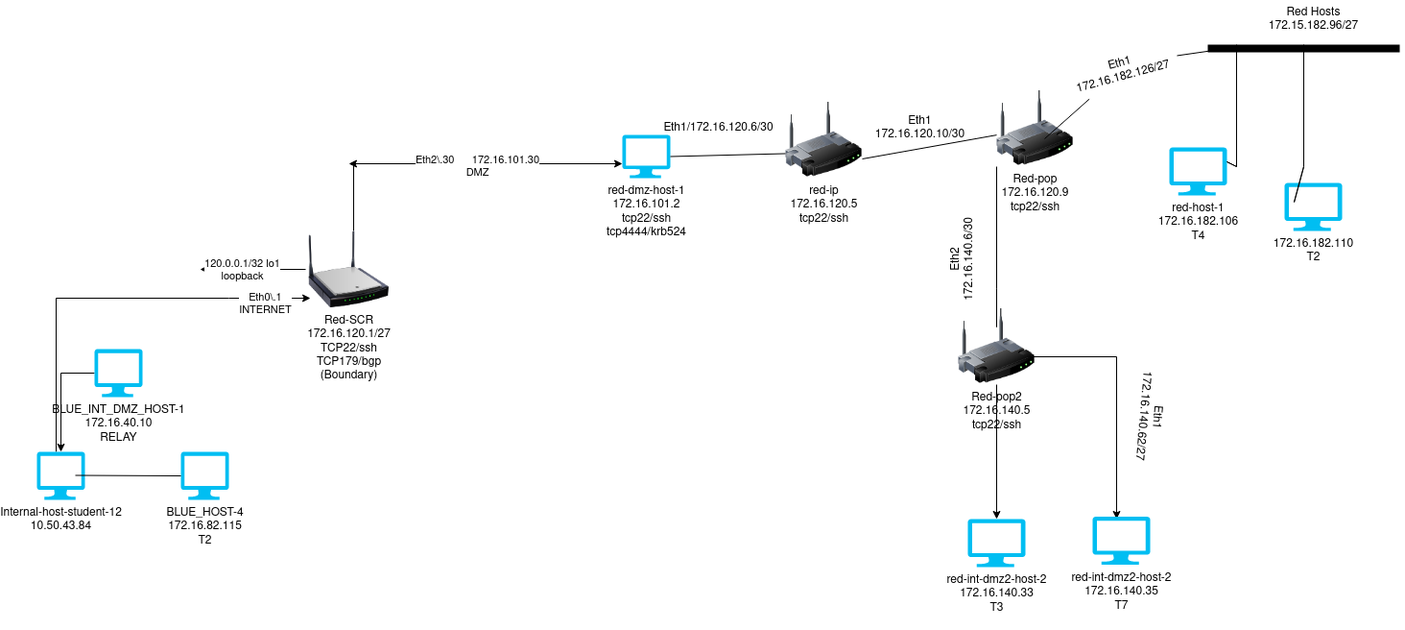
Above: networkingctfs.drawio.png in mesnath/Networking (draw.io), before the change. Source tidied: cells renumbered, new cells last; positions are measured from the earlier drawing's top-left corner, leaving out a move shared by most shapes.
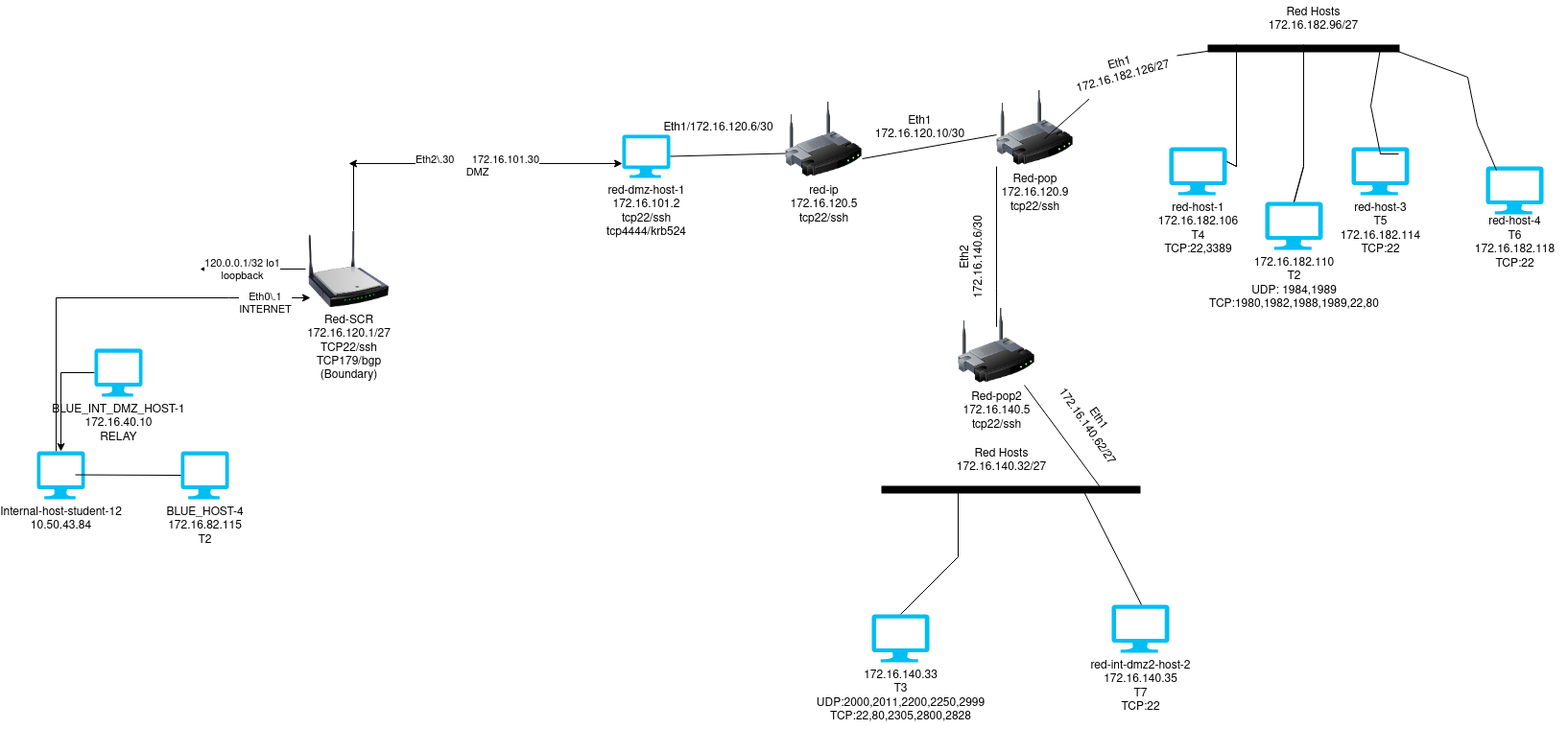
The same file after the commit.

What changed in the source:
```diff
@@ -79,21 +79,11 @@
         <mxPoint x="1240" y="50" as="targetPoint" />
       </mxGeometry>
     </mxCell>
-    <mxCell id="20" value="red-host-1&lt;br&gt;&lt;div&gt;172.16.182.106&lt;/div&gt;&lt;div&gt;T4&lt;br&gt;&lt;/div&gt;" style="verticalLabelPosition=bottom;html=1;verticalAlign=top;align=center;strokeColor=none;fillColor=#00BEF2;shape=mxgraph.azure.computer;" parent="1" vertex="1">
+    <mxCell id="20" value="red-host-1&lt;br&gt;&lt;div&gt;172.16.182.106&lt;/div&gt;&lt;div&gt;T4&lt;/div&gt;&lt;div&gt;TCP:22,3389&lt;br&gt;&lt;/div&gt;" style="verticalLabelPosition=bottom;html=1;verticalAlign=top;align=center;strokeColor=none;fillColor=#00BEF2;shape=mxgraph.azure.computer;" parent="1" vertex="1">
       <mxGeometry x="1180" y="153" width="60" height="50" as="geometry" />
     </mxCell>
-    <mxCell id="21" style="edgeStyle=orthogonalEdgeStyle;rounded=0;orthogonalLoop=1;jettySize=auto;html=1;" parent="1" edge="1">
-      <mxGeometry relative="1" as="geometry">
-        <mxPoint x="1010" y="370" as="sourcePoint" />
-        <mxPoint x="1125" y="540" as="targetPoint" />
-        <Array as="points">
-          <mxPoint x="1010.5" y="371" />
-          <mxPoint x="1125.5" y="371" />
-        </Array>
-      </mxGeometry>
-    </mxCell>
     <mxCell id="22" value="Eth2&lt;br&gt;172.16.140.6/30" style="text;html=1;align=center;verticalAlign=middle;strokeColor=none;fillColor=none;rotation=-90;" parent="1" vertex="1">
-      <mxGeometry x="910" y="250" width="110" height="40" as="geometry" />
+      <mxGeometry x="920" y="248" width="110" height="40" as="geometry" />
     </mxCell>
     <mxCell id="23" style="endArrow=none;html=1;rounded=0;exitX=1;exitY=0.75;exitDx=0;exitDy=0;entryX=0;entryY=1;entryDx=0;entryDy=0;" parent="1" edge="1" target="18">
       <mxGeometry relative="1" as="geometry">
@@ -107,17 +97,14 @@
     <mxCell id="24" value="Red-pop2&lt;br&gt;172.16.140.5&lt;br&gt;tcp22/ssh" style="image;html=1;image=img/lib/clip_art/networking/Wireless_Router_128x128.png;" parent="1" vertex="1">
       <mxGeometry x="960" y="320" width="80" height="80" as="geometry" />
     </mxCell>
-    <mxCell id="25" value="&lt;div&gt;red-int-dmz2-host-2&lt;/div&gt;&lt;div&gt;172.16.140.35&lt;/div&gt;&lt;div&gt;T7&lt;br&gt;&lt;/div&gt;&lt;div&gt;&lt;br&gt;&lt;/div&gt;" style="verticalLabelPosition=bottom;html=1;verticalAlign=top;align=center;strokeColor=none;fillColor=#00BEF2;shape=mxgraph.azure.computer;" parent="1" vertex="1">
-      <mxGeometry x="1100" y="537.5" width="60" height="50" as="geometry" />
+    <mxCell id="25" value="&lt;div&gt;red-int-dmz2-host-2&lt;/div&gt;&lt;div&gt;172.16.140.35&lt;/div&gt;&lt;div&gt;T7&lt;/div&gt;&lt;div&gt;TCP:22&lt;br&gt;&lt;/div&gt;&lt;div&gt;&lt;br&gt;&lt;/div&gt;" style="verticalLabelPosition=bottom;html=1;verticalAlign=top;align=center;strokeColor=none;fillColor=#00BEF2;shape=mxgraph.azure.computer;" parent="1" vertex="1">
+      <mxGeometry x="1120" y="630" width="60" height="50" as="geometry" />
     </mxCell>
-    <mxCell id="26" value="Eth1&lt;br&gt;172.16.140.62/27" style="text;html=1;align=center;verticalAlign=middle;strokeColor=none;fillColor=none;rotation=95;" parent="1" vertex="1">
-      <mxGeometry x="1100" y="413" width="120" height="40" as="geometry" />
+    <mxCell id="26" value="Eth1&lt;br&gt;172.16.140.62/27" style="text;html=1;align=center;verticalAlign=middle;strokeColor=none;fillColor=none;rotation=55;" parent="1" vertex="1">
+      <mxGeometry x="1040" y="420" width="120" height="40" as="geometry" />
     </mxCell>
-    <mxCell id="27" style="edgeStyle=orthogonalEdgeStyle;rounded=0;jettySize=auto;html=1;" parent="1" edge="1" source="24" target="28">
-      <mxGeometry relative="1" as="geometry" />
-    </mxCell>
-    <mxCell id="28" value="&lt;div&gt;red-int-dmz2-host-2&lt;/div&gt;&lt;div&gt;172.16.140.33&lt;/div&gt;&lt;div&gt;T3&lt;br&gt;&lt;/div&gt;&lt;div&gt;&lt;br&gt;&lt;/div&gt;" style="verticalLabelPosition=bottom;html=1;verticalAlign=top;align=center;strokeColor=none;fillColor=#00BEF2;shape=mxgraph.azure.computer;" parent="1" vertex="1">
-      <mxGeometry x="970" y="540" width="60" height="50" as="geometry" />
+    <mxCell id="28" value="&lt;div&gt;172.16.140.33&lt;/div&gt;&lt;div&gt;T3&lt;br&gt;&lt;/div&gt;&lt;div&gt;UDP:2000,2011,2200,2250,2999&lt;br&gt;&lt;/div&gt;TCP:22,80,2305,2800,2828" style="verticalLabelPosition=bottom;html=1;verticalAlign=top;align=center;strokeColor=none;fillColor=#00BEF2;shape=mxgraph.azure.computer;" parent="1" vertex="1">
+      <mxGeometry x="870" y="640" width="60" height="50" as="geometry" />
     </mxCell>
     <mxCell id="29" value="&lt;div&gt;Internal-host-student-12&lt;/div&gt;&lt;div&gt;10.50.43.84&lt;br&gt;&lt;/div&gt;" style="verticalLabelPosition=bottom;html=1;verticalAlign=top;align=center;strokeColor=none;fillColor=#00BEF2;shape=mxgraph.azure.computer;" parent="1" vertex="1">
       <mxGeometry y="470" width="50" height="50" as="geometry" />
@@ -150,7 +137,7 @@
     <mxCell id="36" value="Eth1&lt;br&gt;172.16.182.126/27" style="text;html=1;align=center;verticalAlign=middle;points=[];strokeColor=none;fillColor=none;rotation=-15;" parent="1" vertex="1">
       <mxGeometry x="1070" y="53" width="120" height="40" as="geometry" />
     </mxCell>
-    <mxCell id="37" value="Red Hosts&lt;br&gt;172.15.182.96/27" style="text;html=1;align=center;verticalAlign=middle;strokeColor=none;fillColor=none;rotation=0;" parent="1" vertex="1">
+    <mxCell id="37" value="Red Hosts&lt;br&gt;172.16.182.96/27" style="text;html=1;align=center;verticalAlign=middle;strokeColor=none;fillColor=none;rotation=0;" parent="1" vertex="1">
       <mxGeometry x="1270" width="120" height="40" as="geometry" />
     </mxCell>
     <mxCell id="38" style="endArrow=none;html=1;rounded=0;exitX=1;exitY=0.75;exitDx=0;exitDy=0;entryX=0;entryY=1;entryDx=0;entryDy=0;" parent="1" edge="1">
@@ -163,8 +150,8 @@
         </Array>
       </mxGeometry>
     </mxCell>
-    <mxCell id="39" value="172.16.182.110&lt;br&gt;T2" style="verticalLabelPosition=bottom;html=1;verticalAlign=top;align=center;strokeColor=none;fillColor=#00BEF2;shape=mxgraph.azure.computer;" parent="1" vertex="1">
-      <mxGeometry x="1300" y="190" width="60" height="50" as="geometry" />
+    <mxCell id="39" value="172.16.182.110&lt;br&gt;&lt;div&gt;T2&lt;br&gt;UDP: 1984,1989&lt;/div&gt;&lt;div&gt;TCP:1980,1982,1988,1989,22,80&lt;br&gt;&lt;/div&gt;" style="verticalLabelPosition=bottom;html=1;verticalAlign=top;align=center;strokeColor=none;fillColor=#00BEF2;shape=mxgraph.azure.computer;" parent="1" vertex="1">
+      <mxGeometry x="1280" y="210" width="60" height="50" as="geometry" />
     </mxCell>
     <mxCell id="40" style="endArrow=none;html=1;rounded=0;exitX=1;exitY=0.75;exitDx=0;exitDy=0;entryX=0;entryY=1;entryDx=0;entryDy=0;" parent="1" edge="1">
       <mxGeometry relative="1" as="geometry">
@@ -176,5 +163,60 @@
         </Array>
       </mxGeometry>
     </mxCell>
+    <mxCell id="41" value="&lt;div&gt;red-host-3&lt;br&gt;&lt;/div&gt;T5&lt;br&gt;&lt;div&gt;172.16.182.114&lt;/div&gt;&lt;div&gt;TCP:22&lt;br&gt;&lt;/div&gt;" style="verticalLabelPosition=bottom;html=1;verticalAlign=top;align=center;strokeColor=none;fillColor=#00BEF2;shape=mxgraph.azure.computer;" parent="1" vertex="1">
+      <mxGeometry x="1370" y="153" width="60" height="50" as="geometry" />
+    </mxCell>
+    <mxCell id="42" style="endArrow=none;html=1;rounded=0;exitX=0.817;exitY=0.14;exitDx=0;exitDy=0;exitPerimeter=0;" parent="1" edge="1" source="41">
+      <mxGeometry relative="1" as="geometry">
+        <mxPoint x="1400" y="50" as="targetPoint" />
+        <Array as="points">
+          <mxPoint x="1400" y="160" />
+          <mxPoint x="1390" y="110" />
+        </Array>
+      </mxGeometry>
+    </mxCell>
+    <mxCell id="43" style="verticalLabelPosition=bottom;html=1;verticalAlign=top;align=center;strokeColor=none;fillColor=#00BEF2;shape=mxgraph.azure.computer;" parent="1" vertex="1">
+      <mxGeometry x="1510" y="173" width="60" height="50" as="geometry" />
+    </mxCell>
+    <mxCell id="44" style="endArrow=none;html=1;rounded=0;exitX=0.183;exitY=0.08;exitDx=0;exitDy=0;exitPerimeter=0;" parent="1" edge="1" source="43">
+      <mxGeometry relative="1" as="geometry">
+        <mxPoint x="1410" y="50" as="targetPoint" />
+        <Array as="points">
+          <mxPoint x="1501" y="130" />
+          <mxPoint x="1491" y="80" />
+        </Array>
+      </mxGeometry>
+    </mxCell>
+    <mxCell id="45" value="red-host-4&lt;br&gt;T6&lt;br&gt;&lt;div&gt;172.16.182.118&lt;/div&gt;&lt;div&gt;TCP:22&lt;br&gt;&lt;/div&gt;" style="text;html=1;align=center;verticalAlign=middle;strokeColor=none;fillColor=none;" parent="1" vertex="1">
+      <mxGeometry x="1485" y="218" width="110" height="70" as="geometry" />
+    </mxCell>
+    <mxCell id="46" style="endArrow=none;html=1;rounded=0;strokeWidth=8;" parent="1" edge="1">
+      <mxGeometry relative="1" as="geometry">
+        <mxPoint x="880" y="510" as="sourcePoint" />
+        <mxPoint x="1150" y="510" as="targetPoint" />
+      </mxGeometry>
+    </mxCell>
+    <mxCell id="47" style="endArrow=none;html=1;rounded=0;entryX=0.863;entryY=1.013;entryDx=0;entryDy=0;entryPerimeter=0;" parent="1" edge="1" target="24">
+      <mxGeometry relative="1" as="geometry">
+        <mxPoint x="1110" y="510" as="sourcePoint" />
+      </mxGeometry>
+    </mxCell>
+    <mxCell id="48" value="Red Hosts&lt;br&gt;172.16.140.32/27" style="text;html=1;align=center;verticalAlign=middle;strokeColor=none;fillColor=none;rotation=0;" parent="1" vertex="1">
+      <mxGeometry x="945" y="460" width="120" height="40" as="geometry" />
+    </mxCell>
+    <mxCell id="49" style="endArrow=none;html=1;rounded=0;" parent="1" edge="1">
+      <mxGeometry relative="1" as="geometry">
+        <mxPoint x="1151" y="630" as="sourcePoint" />
+        <mxPoint x="1090" y="510" as="targetPoint" />
+      </mxGeometry>
+    </mxCell>
+    <mxCell id="50" style="endArrow=none;html=1;rounded=0;exitX=0.5;exitY=0;exitDx=0;exitDy=0;exitPerimeter=0;" parent="1" edge="1" source="28">
+      <mxGeometry relative="1" as="geometry">
+        <mxPoint x="960" y="510" as="targetPoint" />
+        <Array as="points">
+          <mxPoint x="960" y="580" />
+        </Array>
+      </mxGeometry>
+    </mxCell>
   </root>
 </mxGraphModel>
```
